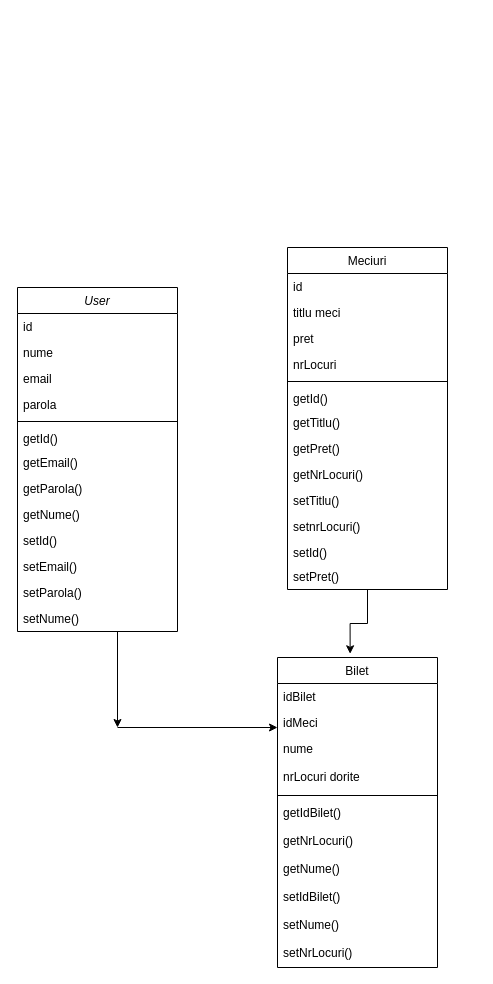
The draw.io diagram Diagramă fără titlu.drawio in PopoviciGeorgeOctavian/Algorithms, before the edit. Source tidied: cells renumbered, new cells numbered last; positions are measured from the earlier drawing's top-left corner, leaving out a move shared by most shapes. Both pictures are drawn from the tidied source at 100%, with x=0, y=0 at pixel (17, 247).
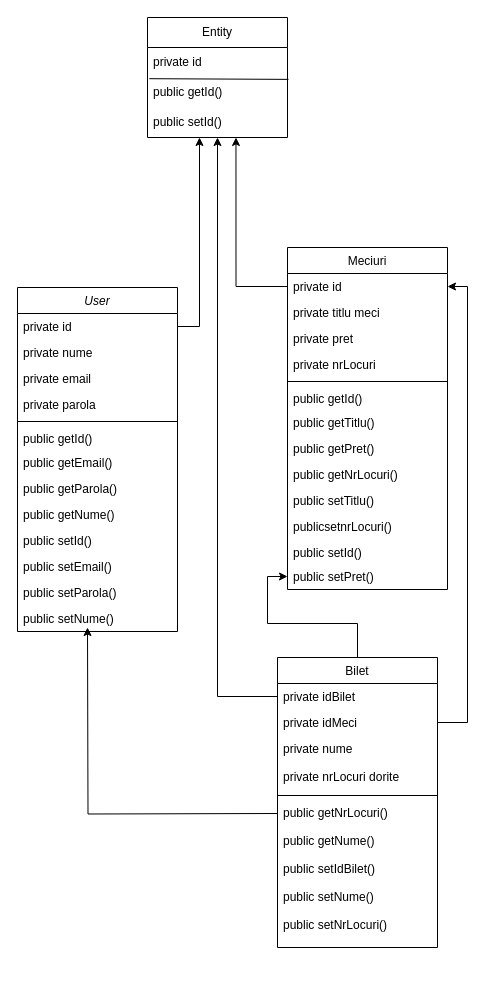
Above is the later version.

The change refers to these unchanged cells:
```xml
<mxCell id="3" value="User" style="swimlane;fontStyle=2;align=center;verticalAlign=top;horizontal=1;startSize=26;rounded=0;shadow=0;strokeWidth=1;" parent="1" vertex="1">
  <mxGeometry y="40" width="160" height="344" as="geometry" />
</mxCell>
<mxCell id="30" value="Meciuri" style="swimlane;fontStyle=0;align=center;verticalAlign=top;horizontal=1;startSize=26;rounded=0;shadow=0;strokeWidth=1;" parent="1" vertex="1">
  <mxGeometry x="270" width="160" height="342" as="geometry" />
</mxCell>
```

The edit, as a diff of the source:
```diff
@@
-    <mxCell id="2" style="edgeStyle=orthogonalEdgeStyle;rounded=0;orthogonalLoop=1;jettySize=auto;html=1;" parent="1" edge="1">
-      <mxGeometry relative="1" as="geometry">
-        <mxPoint x="100" y="384" as="sourcePoint" />
-        <mxPoint x="100" y="480" as="targetPoint" />
-      </mxGeometry>
-    </mxCell>
@@
-    <mxCell id="4" value="id" style="text;align=left;verticalAlign=top;spacingLeft=4;spacingRight=4;overflow=hidden;" parent="3" vertex="1">
+    <mxCell id="4" value="private id" style="text;align=left;verticalAlign=top;spacingLeft=4;spacingRight=4;overflow=hidden;" parent="3" vertex="1">
       <mxGeometry y="26" width="160" height="26" as="geometry" />
     </mxCell>
-    <mxCell id="5" value="nume" style="text;align=left;verticalAlign=top;spacingLeft=4;spacingRight=4;overflow=hidden;" parent="3" vertex="1">
+    <mxCell id="5" value="private nume" style="text;align=left;verticalAlign=top;spacingLeft=4;spacingRight=4;overflow=hidden;" parent="3" vertex="1">
       <mxGeometry y="52" width="160" height="26" as="geometry" />
     </mxCell>
-    <mxCell id="6" value="email" style="text;align=left;verticalAlign=top;spacingLeft=4;spacingRight=4;overflow=hidden;rounded=0;shadow=0;html=0;" parent="3" vertex="1">
+    <mxCell id="6" value="private email" style="text;align=left;verticalAlign=top;spacingLeft=4;spacingRight=4;overflow=hidden;rounded=0;shadow=0;html=0;" parent="3" vertex="1">
       <mxGeometry y="78" width="160" height="26" as="geometry" />
     </mxCell>
-    <mxCell id="7" value="parola" style="text;align=left;verticalAlign=top;spacingLeft=4;spacingRight=4;overflow=hidden;rounded=0;shadow=0;html=0;" parent="3" vertex="1">
+    <mxCell id="7" value="private parola" style="text;align=left;verticalAlign=top;spacingLeft=4;spacingRight=4;overflow=hidden;rounded=0;shadow=0;html=0;" parent="3" vertex="1">
       <mxGeometry y="104" width="160" height="26" as="geometry" />
     </mxCell>
@@
-    <mxCell id="9" value="getId()&#10;" style="text;align=left;verticalAlign=top;spacingLeft=4;spacingRight=4;overflow=hidden;rounded=0;shadow=0;html=0;" parent="3" vertex="1">
+    <mxCell id="9" value="public getId()&#10;" style="text;align=left;verticalAlign=top;spacingLeft=4;spacingRight=4;overflow=hidden;rounded=0;shadow=0;html=0;" parent="3" vertex="1">
       <mxGeometry y="138" width="160" height="24" as="geometry" />
     </mxCell>
-    <mxCell id="10" value="getEmail()" style="text;align=left;verticalAlign=top;spacingLeft=4;spacingRight=4;overflow=hidden;rounded=0;shadow=0;html=0;" parent="3" vertex="1">
+    <mxCell id="10" value="public getEmail()" style="text;align=left;verticalAlign=top;spacingLeft=4;spacingRight=4;overflow=hidden;rounded=0;shadow=0;html=0;" parent="3" vertex="1">
       <mxGeometry y="162" width="160" height="26" as="geometry" />
     </mxCell>
-    <mxCell id="11" value="getParola()" style="text;align=left;verticalAlign=top;spacingLeft=4;spacingRight=4;overflow=hidden;rounded=0;shadow=0;html=0;" parent="3" vertex="1">
+    <mxCell id="11" value="public getParola()" style="text;align=left;verticalAlign=top;spacingLeft=4;spacingRight=4;overflow=hidden;rounded=0;shadow=0;html=0;" parent="3" vertex="1">
       <mxGeometry y="188" width="160" height="26" as="geometry" />
     </mxCell>
-    <mxCell id="12" value="getNume()" style="text;align=left;verticalAlign=top;spacingLeft=4;spacingRight=4;overflow=hidden;rounded=0;shadow=0;html=0;" parent="3" vertex="1">
+    <mxCell id="12" value="public getNume()" style="text;align=left;verticalAlign=top;spacingLeft=4;spacingRight=4;overflow=hidden;rounded=0;shadow=0;html=0;" parent="3" vertex="1">
       <mxGeometry y="214" width="160" height="26" as="geometry" />
     </mxCell>
-    <mxCell id="13" value="setId()" style="text;align=left;verticalAlign=top;spacingLeft=4;spacingRight=4;overflow=hidden;rounded=0;shadow=0;html=0;" parent="3" vertex="1">
+    <mxCell id="13" value="public setId()" style="text;align=left;verticalAlign=top;spacingLeft=4;spacingRight=4;overflow=hidden;rounded=0;shadow=0;html=0;" parent="3" vertex="1">
       <mxGeometry y="240" width="160" height="26" as="geometry" />
     </mxCell>
-    <mxCell id="14" value="setEmail()" style="text;align=left;verticalAlign=top;spacingLeft=4;spacingRight=4;overflow=hidden;rounded=0;shadow=0;html=0;" parent="3" vertex="1">
+    <mxCell id="14" value="public setEmail()" style="text;align=left;verticalAlign=top;spacingLeft=4;spacingRight=4;overflow=hidden;rounded=0;shadow=0;html=0;" parent="3" vertex="1">
       <mxGeometry y="266" width="160" height="26" as="geometry" />
     </mxCell>
-    <mxCell id="15" value="setParola()" style="text;align=left;verticalAlign=top;spacingLeft=4;spacingRight=4;overflow=hidden;rounded=0;shadow=0;html=0;" parent="3" vertex="1">
+    <mxCell id="15" value="public setParola()" style="text;align=left;verticalAlign=top;spacingLeft=4;spacingRight=4;overflow=hidden;rounded=0;shadow=0;html=0;" parent="3" vertex="1">
       <mxGeometry y="292" width="160" height="26" as="geometry" />
     </mxCell>
-    <mxCell id="16" value="setNume()" style="text;align=left;verticalAlign=top;spacingLeft=4;spacingRight=4;overflow=hidden;rounded=0;shadow=0;html=0;" parent="3" vertex="1">
+    <mxCell id="16" value="public setNume()" style="text;align=left;verticalAlign=top;spacingLeft=4;spacingRight=4;overflow=hidden;rounded=0;shadow=0;html=0;" parent="3" vertex="1">
       <mxGeometry y="318" width="160" height="26" as="geometry" />
     </mxCell>
+    <mxCell id="45" style="edgeStyle=orthogonalEdgeStyle;rounded=0;jettySize=auto;html=1;" parent="1" edge="1" source="17" target="43">
+      <mxGeometry relative="1" as="geometry" />
+    </mxCell>
     <mxCell id="17" value="Bilet" style="swimlane;fontStyle=0;align=center;verticalAlign=top;horizontal=1;startSize=26;rounded=0;shadow=0;strokeWidth=1;" parent="1" vertex="1">
-      <mxGeometry x="260" y="410" width="160" height="310" as="geometry" />
+      <mxGeometry x="260" y="410" width="160" height="290" as="geometry" />
     </mxCell>
-    <mxCell id="18" value="idBilet" style="text;align=left;verticalAlign=top;spacingLeft=4;spacingRight=4;overflow=hidden;points=[[0,0.5],[1,0.5]];portConstraint=eastwest;" parent="17" vertex="1">
+    <mxCell id="18" value="private idBilet" style="text;align=left;verticalAlign=top;spacingLeft=4;spacingRight=4;overflow=hidden;points=[[0,0.5],[1,0.5]];portConstraint=eastwest;" parent="17" vertex="1">
       <mxGeometry y="26" width="160" height="26" as="geometry" />
     </mxCell>
-    <mxCell id="19" value="idMeci" style="text;align=left;verticalAlign=top;spacingLeft=4;spacingRight=4;overflow=hidden;points=[[0,0.5],[1,0.5]];portConstraint=eastwest;" parent="17" vertex="1">
+    <mxCell id="19" value="private idMeci" style="text;align=left;verticalAlign=top;spacingLeft=4;spacingRight=4;overflow=hidden;points=[[0,0.5],[1,0.5]];portConstraint=eastwest;" parent="17" vertex="1">
       <mxGeometry y="52" width="160" height="26" as="geometry" />
     </mxCell>
-    <mxCell id="20" value="nume" style="text;align=left;verticalAlign=top;spacingLeft=4;spacingRight=4;overflow=hidden;rounded=0;shadow=0;html=0;" parent="17" vertex="1">
+    <mxCell id="20" value="private nume" style="text;align=left;verticalAlign=top;spacingLeft=4;spacingRight=4;overflow=hidden;rounded=0;shadow=0;html=0;" parent="17" vertex="1">
       <mxGeometry y="78" width="160" height="28" as="geometry" />
     </mxCell>
-    <mxCell id="21" value="nrLocuri dorite" style="text;align=left;verticalAlign=top;spacingLeft=4;spacingRight=4;overflow=hidden;rounded=0;shadow=0;html=0;" parent="17" vertex="1">
+    <mxCell id="21" value="private nrLocuri dorite" style="text;align=left;verticalAlign=top;spacingLeft=4;spacingRight=4;overflow=hidden;rounded=0;shadow=0;html=0;" parent="17" vertex="1">
       <mxGeometry y="106" width="160" height="28" as="geometry" />
     </mxCell>
@@
-    <mxCell id="23" value="getIdBilet()" style="text;align=left;verticalAlign=top;spacingLeft=4;spacingRight=4;overflow=hidden;rounded=0;shadow=0;html=0;" parent="17" vertex="1">
-      <mxGeometry y="142" width="160" height="28" as="geometry" />
-    </mxCell>
+    <mxCell id="46" style="edgeStyle=orthogonalEdgeStyle;rounded=0;orthogonalLoop=1;jettySize=auto;html=1;exitX=0;exitY=0.5;exitDx=0;exitDy=0;" parent="17" edge="1">
+      <mxGeometry relative="1" as="geometry">
+        <mxPoint y="156" as="sourcePoint" />
+        <mxPoint x="-190" y="-30" as="targetPoint" />
+      </mxGeometry>
+    </mxCell>
-    <mxCell id="24" value="getNrLocuri()" style="text;align=left;verticalAlign=top;spacingLeft=4;spacingRight=4;overflow=hidden;rounded=0;shadow=0;html=0;" parent="17" vertex="1">
-      <mxGeometry y="170" width="160" height="28" as="geometry" />
+    <mxCell id="24" value="public getNrLocuri()" style="text;align=left;verticalAlign=top;spacingLeft=4;spacingRight=4;overflow=hidden;rounded=0;shadow=0;html=0;" parent="17" vertex="1">
+      <mxGeometry y="142" width="160" height="28" as="geometry" />
     </mxCell>
-    <mxCell id="25" value="getNume()" style="text;align=left;verticalAlign=top;spacingLeft=4;spacingRight=4;overflow=hidden;rounded=0;shadow=0;html=0;" parent="17" vertex="1">
-      <mxGeometry y="198" width="160" height="28" as="geometry" />
+    <mxCell id="25" value="public getNume()" style="text;align=left;verticalAlign=top;spacingLeft=4;spacingRight=4;overflow=hidden;rounded=0;shadow=0;html=0;" parent="17" vertex="1">
+      <mxGeometry y="170" width="160" height="28" as="geometry" />
     </mxCell>
-    <mxCell id="26" value="setIdBilet()" style="text;align=left;verticalAlign=top;spacingLeft=4;spacingRight=4;overflow=hidden;rounded=0;shadow=0;html=0;" parent="17" vertex="1">
-      <mxGeometry y="226" width="160" height="28" as="geometry" />
+    <mxCell id="26" value="public setIdBilet()" style="text;align=left;verticalAlign=top;spacingLeft=4;spacingRight=4;overflow=hidden;rounded=0;shadow=0;html=0;" parent="17" vertex="1">
+      <mxGeometry y="198" width="160" height="28" as="geometry" />
     </mxCell>
-    <mxCell id="27" value="setNume()" style="text;align=left;verticalAlign=top;spacingLeft=4;spacingRight=4;overflow=hidden;rounded=0;shadow=0;html=0;" parent="17" vertex="1">
-      <mxGeometry y="254" width="160" height="28" as="geometry" />
+    <mxCell id="27" value="public setNume()" style="text;align=left;verticalAlign=top;spacingLeft=4;spacingRight=4;overflow=hidden;rounded=0;shadow=0;html=0;" parent="17" vertex="1">
+      <mxGeometry y="226" width="160" height="28" as="geometry" />
     </mxCell>
-    <mxCell id="28" value="setNrLocuri()" style="text;align=left;verticalAlign=top;spacingLeft=4;spacingRight=4;overflow=hidden;rounded=0;shadow=0;html=0;" parent="17" vertex="1">
-      <mxGeometry y="282" width="160" height="28" as="geometry" />
+    <mxCell id="28" value="public setNrLocuri()" style="text;align=left;verticalAlign=top;spacingLeft=4;spacingRight=4;overflow=hidden;rounded=0;shadow=0;html=0;" parent="17" vertex="1">
+      <mxGeometry y="254" width="160" height="28" as="geometry" />
     </mxCell>
-    <mxCell id="29" style="edgeStyle=orthogonalEdgeStyle;rounded=0;jettySize=auto;html=1;entryX=0.454;entryY=-0.012;entryDx=0;entryDy=0;entryPerimeter=0;" parent="1" edge="1" source="30" target="17">
-      <mxGeometry relative="1" as="geometry" />
-    </mxCell>
@@
-    <mxCell id="31" value="id " style="text;align=left;verticalAlign=top;spacingLeft=4;spacingRight=4;overflow=hidden;points=[[0,0.5],[1,0.5]];portConstraint=eastwest;" parent="30" vertex="1">
+    <mxCell id="31" value="private id " style="text;align=left;verticalAlign=top;spacingLeft=4;spacingRight=4;overflow=hidden;points=[[0,0.5],[1,0.5]];portConstraint=eastwest;" parent="30" vertex="1">
       <mxGeometry y="26" width="160" height="26" as="geometry" />
     </mxCell>
-    <mxCell id="32" value="titlu meci" style="text;align=left;verticalAlign=top;spacingLeft=4;spacingRight=4;overflow=hidden;rounded=0;shadow=0;html=0;" parent="30" vertex="1">
+    <mxCell id="32" value="private titlu meci" style="text;align=left;verticalAlign=top;spacingLeft=4;spacingRight=4;overflow=hidden;rounded=0;shadow=0;html=0;" parent="30" vertex="1">
       <mxGeometry y="52" width="160" height="26" as="geometry" />
     </mxCell>
-    <mxCell id="33" value="pret" style="text;align=left;verticalAlign=top;spacingLeft=4;spacingRight=4;overflow=hidden;rounded=0;shadow=0;html=0;" parent="30" vertex="1">
+    <mxCell id="33" value="private pret" style="text;align=left;verticalAlign=top;spacingLeft=4;spacingRight=4;overflow=hidden;rounded=0;shadow=0;html=0;" parent="30" vertex="1">
       <mxGeometry y="78" width="160" height="26" as="geometry" />
     </mxCell>
-    <mxCell id="34" value="nrLocuri" style="text;align=left;verticalAlign=top;spacingLeft=4;spacingRight=4;overflow=hidden;rounded=0;shadow=0;html=0;" parent="30" vertex="1">
+    <mxCell id="34" value="private nrLocuri" style="text;align=left;verticalAlign=top;spacingLeft=4;spacingRight=4;overflow=hidden;rounded=0;shadow=0;html=0;" parent="30" vertex="1">
       <mxGeometry y="104" width="160" height="26" as="geometry" />
     </mxCell>
@@
-    <mxCell id="36" value="getId()&#10;" style="text;align=left;verticalAlign=top;spacingLeft=4;spacingRight=4;overflow=hidden;rounded=0;shadow=0;html=0;" parent="30" vertex="1">
+    <mxCell id="36" value="public getId()&#10;" style="text;align=left;verticalAlign=top;spacingLeft=4;spacingRight=4;overflow=hidden;rounded=0;shadow=0;html=0;" parent="30" vertex="1">
       <mxGeometry y="138" width="160" height="24" as="geometry" />
     </mxCell>
-    <mxCell id="37" value="getTitlu()" style="text;align=left;verticalAlign=top;spacingLeft=4;spacingRight=4;overflow=hidden;rounded=0;shadow=0;html=0;" parent="30" vertex="1">
+    <mxCell id="37" value="public getTitlu()" style="text;align=left;verticalAlign=top;spacingLeft=4;spacingRight=4;overflow=hidden;rounded=0;shadow=0;html=0;" parent="30" vertex="1">
       <mxGeometry y="162" width="160" height="26" as="geometry" />
     </mxCell>
-    <mxCell id="38" value="getPret()" style="text;align=left;verticalAlign=top;spacingLeft=4;spacingRight=4;overflow=hidden;rounded=0;shadow=0;html=0;" parent="30" vertex="1">
+    <mxCell id="38" value="public getPret()" style="text;align=left;verticalAlign=top;spacingLeft=4;spacingRight=4;overflow=hidden;rounded=0;shadow=0;html=0;" parent="30" vertex="1">
       <mxGeometry y="188" width="160" height="26" as="geometry" />
     </mxCell>
-    <mxCell id="39" value="getNrLocuri()" style="text;align=left;verticalAlign=top;spacingLeft=4;spacingRight=4;overflow=hidden;rounded=0;shadow=0;html=0;" parent="30" vertex="1">
+    <mxCell id="39" value="public getNrLocuri()" style="text;align=left;verticalAlign=top;spacingLeft=4;spacingRight=4;overflow=hidden;rounded=0;shadow=0;html=0;" parent="30" vertex="1">
       <mxGeometry y="214" width="160" height="26" as="geometry" />
     </mxCell>
-    <mxCell id="40" value="setTitlu()" style="text;align=left;verticalAlign=top;spacingLeft=4;spacingRight=4;overflow=hidden;rounded=0;shadow=0;html=0;" parent="30" vertex="1">
+    <mxCell id="40" value="public setTitlu()" style="text;align=left;verticalAlign=top;spacingLeft=4;spacingRight=4;overflow=hidden;rounded=0;shadow=0;html=0;" parent="30" vertex="1">
       <mxGeometry y="240" width="160" height="26" as="geometry" />
     </mxCell>
-    <mxCell id="41" value="setnrLocuri()" style="text;align=left;verticalAlign=top;spacingLeft=4;spacingRight=4;overflow=hidden;rounded=0;shadow=0;html=0;" parent="30" vertex="1">
+    <mxCell id="41" value="publicsetnrLocuri()" style="text;align=left;verticalAlign=top;spacingLeft=4;spacingRight=4;overflow=hidden;rounded=0;shadow=0;html=0;" parent="30" vertex="1">
       <mxGeometry y="266" width="160" height="26" as="geometry" />
     </mxCell>
-    <mxCell id="42" value="setId()" style="text;align=left;verticalAlign=top;spacingLeft=4;spacingRight=4;overflow=hidden;rounded=0;shadow=0;html=0;" parent="30" vertex="1">
+    <mxCell id="42" value="public setId()" style="text;align=left;verticalAlign=top;spacingLeft=4;spacingRight=4;overflow=hidden;rounded=0;shadow=0;html=0;" parent="30" vertex="1">
       <mxGeometry y="292" width="160" height="24" as="geometry" />
     </mxCell>
-    <mxCell id="43" value="setPret()" style="text;align=left;verticalAlign=top;spacingLeft=4;spacingRight=4;overflow=hidden;points=[[0,0.5],[1,0.5]];portConstraint=eastwest;rounded=0;shadow=0;html=0;" parent="30" vertex="1">
+    <mxCell id="43" value="public setPret()" style="text;align=left;verticalAlign=top;spacingLeft=4;spacingRight=4;overflow=hidden;points=[[0,0.5],[1,0.5]];portConstraint=eastwest;rounded=0;shadow=0;html=0;" parent="30" vertex="1">
       <mxGeometry y="316" width="160" height="26" as="geometry" />
     </mxCell>
-    <mxCell id="44" style="endArrow=classic;html=1;rounded=0;" parent="1" edge="1">
-      <mxGeometry relative="1" as="geometry">
-        <mxPoint x="100" y="480" as="sourcePoint" />
-        <mxPoint x="260" y="480" as="targetPoint" />
-      </mxGeometry>
-    </mxCell>
+    <mxCell id="47" value="Entity" style="swimlane;fontStyle=0;horizontal=1;startSize=30;whiteSpace=wrap;html=1;" parent="1" vertex="1">
+      <mxGeometry x="130" y="-230" width="140" height="120" as="geometry" />
+    </mxCell>
+    <mxCell id="48" value="private id" style="text;strokeColor=none;fillColor=none;align=left;verticalAlign=middle;spacingLeft=4;spacingRight=4;overflow=hidden;whiteSpace=wrap;html=1;" parent="47" vertex="1">
+      <mxGeometry y="30" width="140" height="30" as="geometry" />
+    </mxCell>
+    <mxCell id="49" value="public getId()" style="text;strokeColor=none;fillColor=none;align=left;verticalAlign=middle;spacingLeft=4;spacingRight=4;overflow=hidden;points=[[0,0.5],[1,0.5]];portConstraint=eastwest;whiteSpace=wrap;html=1;" parent="47" vertex="1">
+      <mxGeometry y="60" width="140" height="30" as="geometry" />
+    </mxCell>
+    <mxCell id="50" style="endArrow=none;html=1;rounded=0;exitX=0.013;exitY=0.04;exitDx=0;exitDy=0;exitPerimeter=0;entryX=1.007;entryY=0.063;entryDx=0;entryDy=0;entryPerimeter=0;" parent="47" edge="1" source="49" target="49">
+      <mxGeometry relative="1" as="geometry" />
+    </mxCell>
+    <mxCell id="51" value="public setId()" style="text;strokeColor=none;fillColor=none;align=left;verticalAlign=middle;spacingLeft=4;spacingRight=4;overflow=hidden;points=[[0,0.5],[1,0.5]];portConstraint=eastwest;whiteSpace=wrap;html=1;" parent="47" vertex="1">
+      <mxGeometry y="90" width="140" height="30" as="geometry" />
+    </mxCell>
+    <mxCell id="52" style="edgeStyle=orthogonalEdgeStyle;rounded=0;orthogonalLoop=1;jettySize=auto;html=1;" parent="1" edge="1">
+      <mxGeometry relative="1" as="geometry">
+        <mxPoint x="160" y="79" as="sourcePoint" />
+        <mxPoint x="182" y="-110" as="targetPoint" />
+        <Array as="points">
+          <mxPoint x="182" y="79" />
+        </Array>
+      </mxGeometry>
+    </mxCell>
+    <mxCell id="53" style="edgeStyle=orthogonalEdgeStyle;rounded=0;jettySize=auto;html=1;exitX=0;exitY=0.5;exitDx=0;exitDy=0;entryX=0.632;entryY=1;entryDx=0;entryDy=0;entryPerimeter=0;" parent="1" edge="1" source="31" target="51">
+      <mxGeometry relative="1" as="geometry" />
+    </mxCell>
+    <mxCell id="54" style="edgeStyle=orthogonalEdgeStyle;rounded=0;jettySize=auto;html=1;exitX=0;exitY=0.5;exitDx=0;exitDy=0;entryX=0.5;entryY=1;entryDx=0;entryDy=0;entryPerimeter=0;" parent="1" edge="1" source="18" target="51">
+      <mxGeometry relative="1" as="geometry" />
+    </mxCell>
+    <mxCell id="55" style="edgeStyle=orthogonalEdgeStyle;rounded=0;jettySize=auto;html=1;exitX=1;exitY=0.5;exitDx=0;exitDy=0;entryX=1;entryY=0.5;entryDx=0;entryDy=0;" parent="1" edge="1" source="19" target="31">
+      <mxGeometry relative="1" as="geometry" />
+    </mxCell>
```
